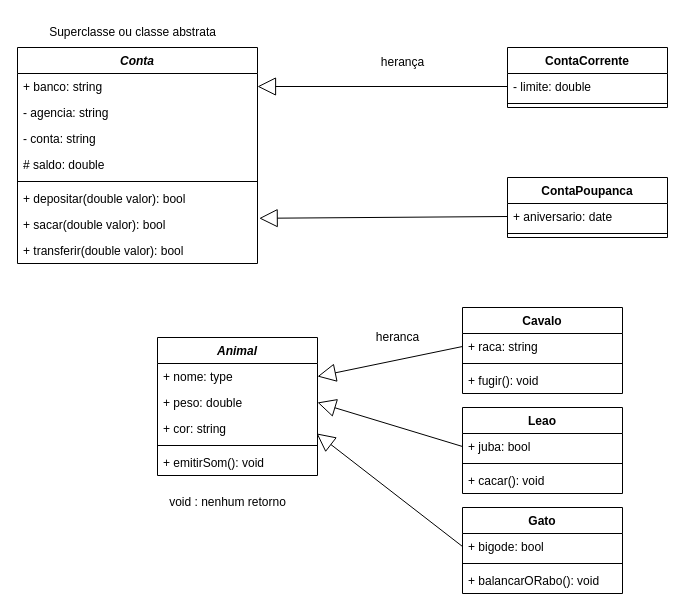
Earlier version of the draw.io diagram page "Herança" (2 of 8) of UC9/Encontro Remoto 1/Diagramas_UML.drawio (ctm-repository/PBE10). Source tidied: cells renumbered, new cells numbered last; positions are measured from the earlier drawing's top-left corner, leaving out a move shared by most shapes. Both pictures are drawn from the tidied source at 100%, with x=0, y=0 at pixel (17, 17).
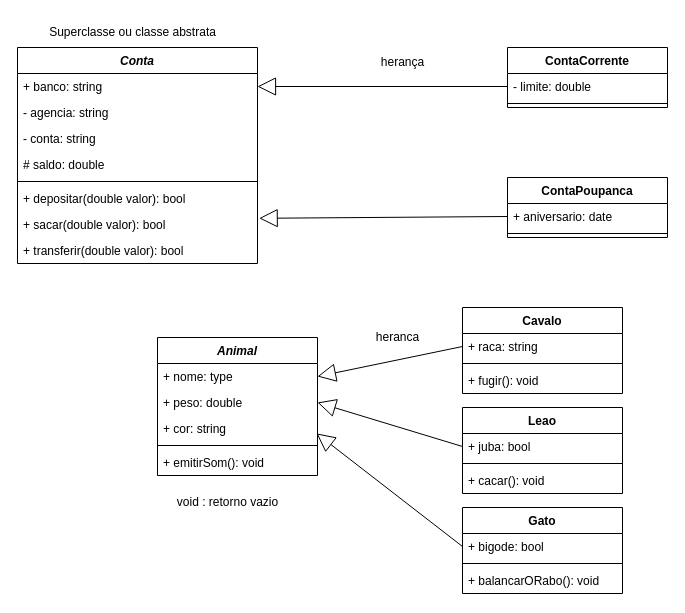
The same page after the edit.

The edit, as a diff of the source:
```diff
@@
-    <mxCell id="27" value="void : nenhum retorno" style="text;html=1;align=center;verticalAlign=middle;strokeColor=none;fillColor=none;" parent="1" vertex="1">
-      <mxGeometry x="140" y="470" width="140" height="30" as="geometry" />
+    <mxCell id="27" value="void : retorno vazio" style="text;html=1;align=center;verticalAlign=middle;strokeColor=none;fillColor=none;" parent="1" vertex="1">
+      <mxGeometry x="150" y="470" width="120" height="30" as="geometry" />
     </mxCell>
```
